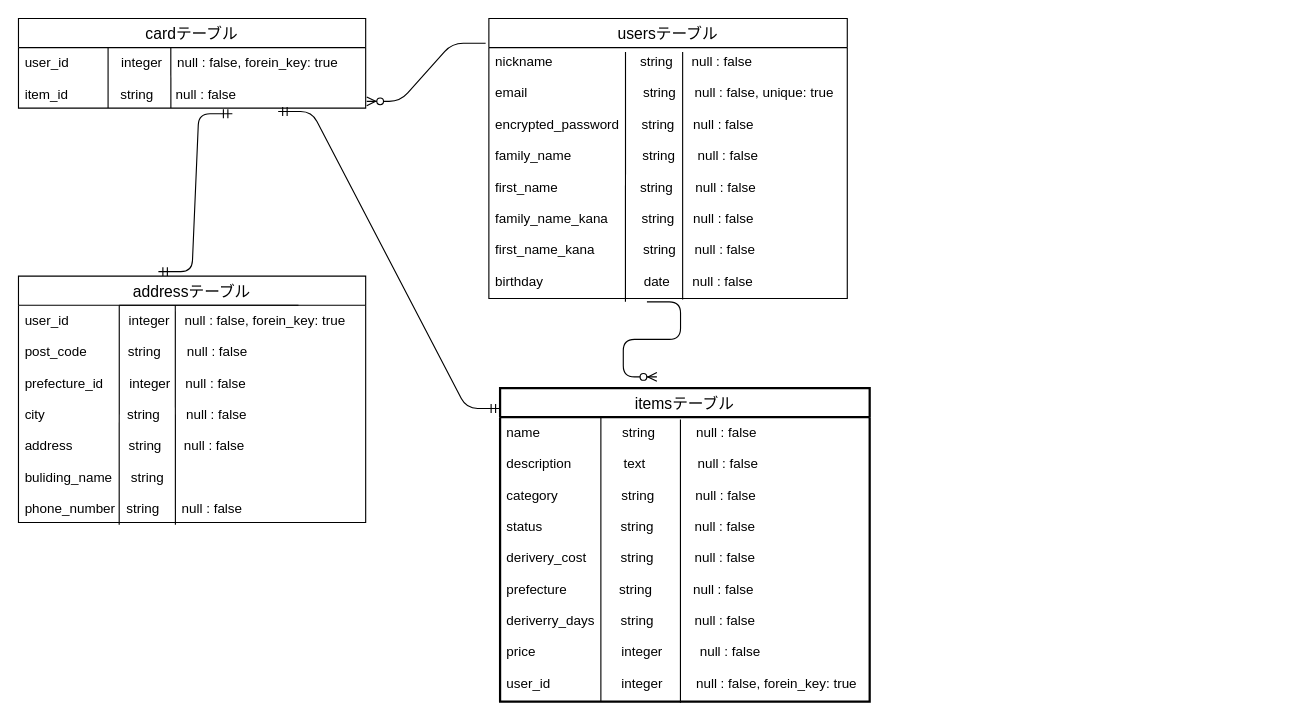
The draw.io diagram furima.dio in Komty/furima-34555, before the edit. Source tidied: cells renumbered, new cells numbered last; positions are measured from the earlier drawing's top-left corner, leaving out a move shared by most shapes. Both pictures are drawn from the tidied source at 112%, with x=0, y=0 at pixel (18, 18).
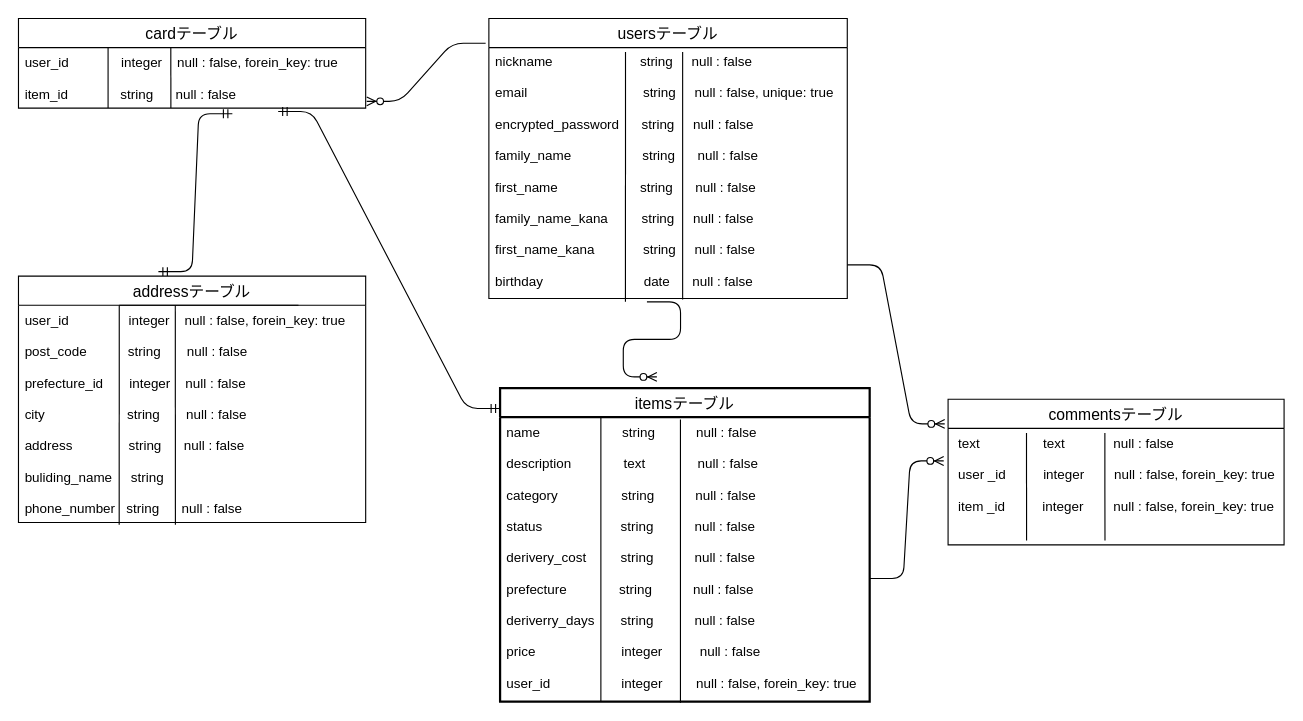
The same page after the edit.

Commit message (it also covers changes not shown here):
コメント投稿機能　DB設計

Diff of the diagram source:
```diff
@@
+    <mxCell id="23" value="commentsテーブル" style="swimlane;fontStyle=0;horizontal=1;startSize=26;align=center;fontSize=14;" parent="1" vertex="1">
+      <mxGeometry x="830" y="340" width="300" height="130" as="geometry" />
+    </mxCell>
+    <mxCell id="24" style="endArrow=none;html=1;rounded=0;entryX=0.394;entryY=1.016;entryDx=0;entryDy=0;entryPerimeter=0;" parent="23" edge="1">
+      <mxGeometry relative="1" as="geometry">
+        <mxPoint x="140" y="30" as="sourcePoint" />
+        <mxPoint x="140.1" y="126" as="targetPoint" />
+        <Array as="points">
+          <mxPoint x="140" y="80" />
+        </Array>
+      </mxGeometry>
+    </mxCell>
+    <mxCell id="25" style="endArrow=none;html=1;rounded=0;entryX=0.394;entryY=1.016;entryDx=0;entryDy=0;entryPerimeter=0;" parent="23" edge="1">
+      <mxGeometry relative="1" as="geometry">
+        <mxPoint x="70" y="30" as="sourcePoint" />
+        <mxPoint x="70.1" y="126" as="targetPoint" />
+      </mxGeometry>
+    </mxCell>
+    <mxCell id="26" value=" text                 text             null : false&#10;&#10; user _id          integer        null : false, forein_key: true&#10;&#10; item _id          integer        null : false, forein_key: true&#10;&#10;&#10;&#10;&#10;&#10;&#10;&#10;&#10;&#10;&#10;" style="text;strokeColor=none;fillColor=none;spacingLeft=4;spacingRight=4;overflow=hidden;points=[[0,0.5],[1,0.5]];portConstraint=eastwest;fontSize=12;" parent="23" vertex="1">
+      <mxGeometry y="26" width="300" height="104" as="geometry" />
+    </mxCell>
+    <mxCell id="27" style="edgeStyle=entityRelationEdgeStyle;fontSize=12;html=1;endArrow=ERzeroToMany;endFill=1;entryX=-0.013;entryY=0.279;entryDx=0;entryDy=0;entryPerimeter=0;" parent="1" edge="1" target="26">
+      <mxGeometry relative="1" as="geometry">
+        <mxPoint x="760" y="500" as="sourcePoint" />
+      </mxGeometry>
+    </mxCell>
+    <mxCell id="28" style="edgeStyle=entityRelationEdgeStyle;fontSize=12;html=1;endArrow=ERzeroToMany;endFill=1;entryX=-0.01;entryY=0.169;entryDx=0;entryDy=0;entryPerimeter=0;" parent="1" edge="1" target="23">
+      <mxGeometry relative="1" as="geometry">
+        <mxPoint x="740" y="220" as="sourcePoint" />
+      </mxGeometry>
+    </mxCell>
```
